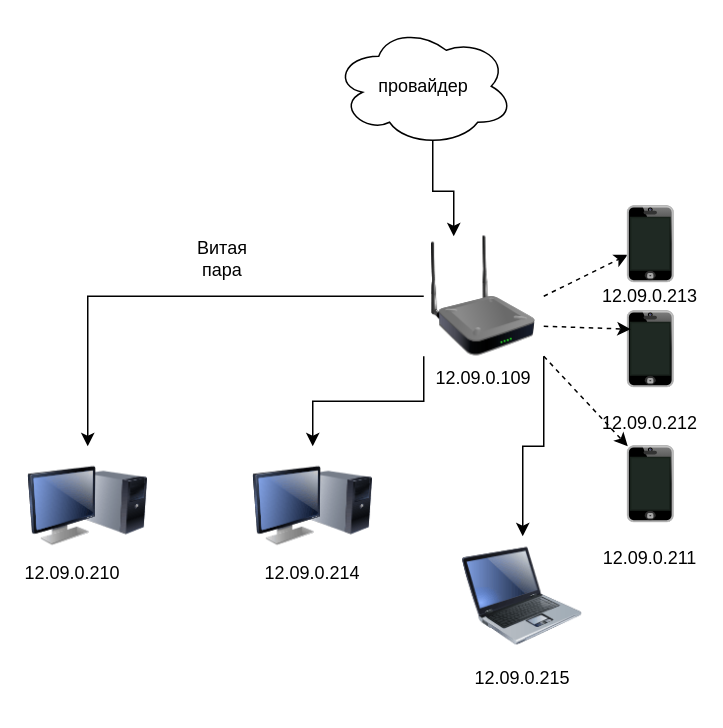
Earlier version of the draw.io diagram Киселев Егор л.1.drawio (Stalin4146/PetroStudying). Source tidied: cells renumbered, new cells numbered last; positions are measured from the earlier drawing's top-left corner, leaving out a move shared by most shapes. Both pictures are drawn from the tidied source at 150%, with x=0, y=0 at pixel (27, 26).
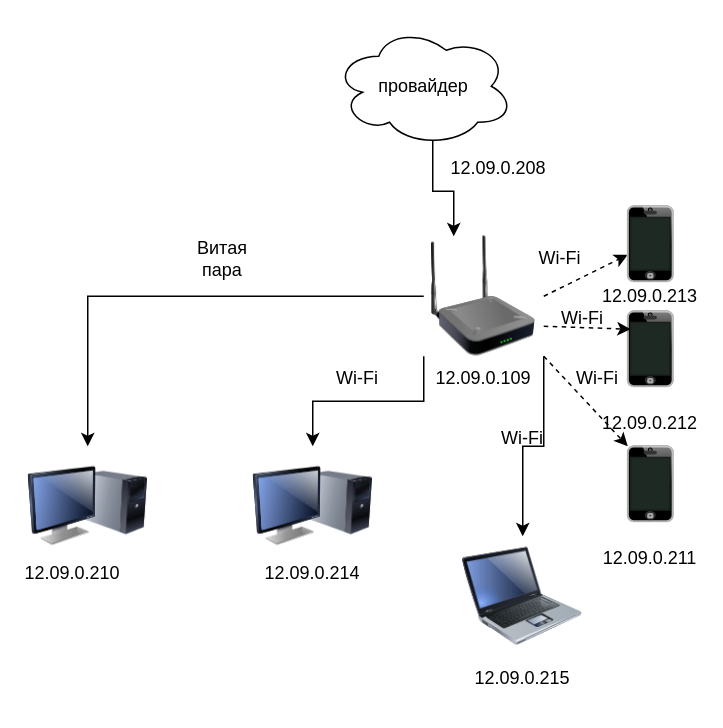
The same diagram, later.

What changed in the source:
```diff
@@
+    <mxCell id="27" value="12.09.0.208" style="text;html=1;whiteSpace=wrap;strokeColor=none;fillColor=none;align=center;verticalAlign=middle;rounded=0;" parent="1" vertex="1">
+      <mxGeometry x="284" y="80" width="60" height="30" as="geometry" />
+    </mxCell>
+    <mxCell id="28" value="Wi-Fi" style="text;html=1;whiteSpace=wrap;strokeColor=none;fillColor=none;align=center;verticalAlign=middle;rounded=0;" parent="1" vertex="1">
+      <mxGeometry x="190" y="220" width="60" height="30" as="geometry" />
+    </mxCell>
+    <mxCell id="29" value="Wi-Fi" style="text;html=1;whiteSpace=wrap;strokeColor=none;fillColor=none;align=center;verticalAlign=middle;rounded=0;" parent="1" vertex="1">
+      <mxGeometry x="325" y="140" width="60" height="30" as="geometry" />
+    </mxCell>
+    <mxCell id="30" value="Wi-Fi" style="text;html=1;whiteSpace=wrap;strokeColor=none;fillColor=none;align=center;verticalAlign=middle;rounded=0;" parent="1" vertex="1">
+      <mxGeometry x="350" y="220" width="60" height="30" as="geometry" />
+    </mxCell>
+    <mxCell id="31" value="Wi-Fi" style="text;html=1;whiteSpace=wrap;strokeColor=none;fillColor=none;align=center;verticalAlign=middle;rounded=0;" parent="1" vertex="1">
+      <mxGeometry x="340" y="180" width="60" height="30" as="geometry" />
+    </mxCell>
+    <mxCell id="32" value="Wi-Fi" style="text;html=1;whiteSpace=wrap;strokeColor=none;fillColor=none;align=center;verticalAlign=middle;rounded=0;" parent="1" vertex="1">
+      <mxGeometry x="300" y="260" width="60" height="30" as="geometry" />
+    </mxCell>
```
